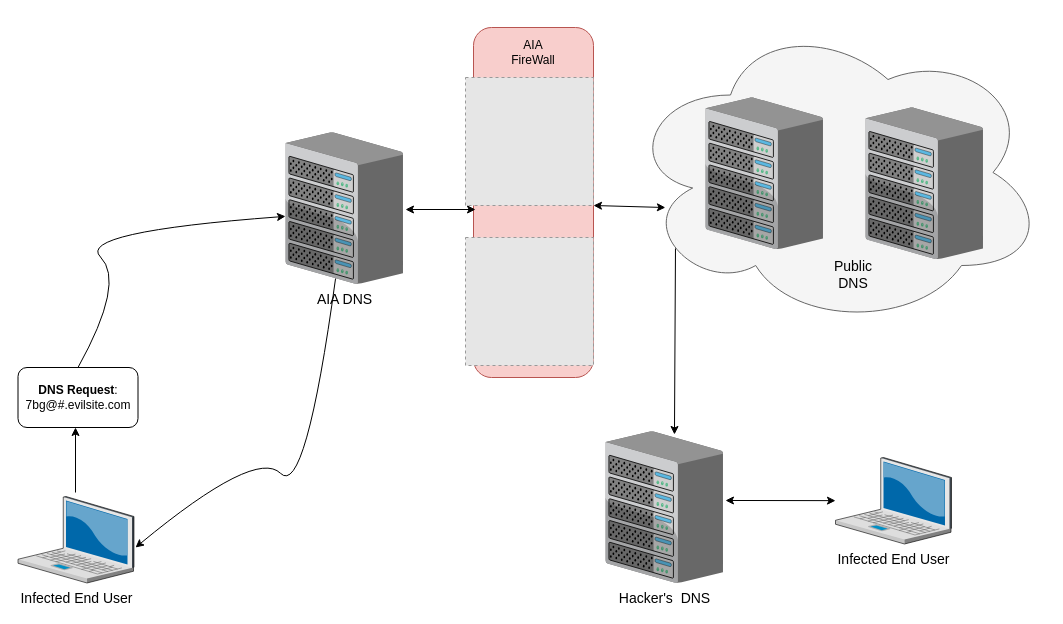
Above: Untitled Diagram.drawio in haziqfaiz-mmu/aia-assignment (draw.io), before the change. Source tidied: cells renumbered, new cells numbered last; positions are measured from the earlier drawing's top-left corner, leaving out a move shared by most shapes. Both pictures are drawn from the tidied source at 100%, with x=0, y=0 at pixel (17, 17). Pictures stored in the file or linked from it are replaced by grey dashed boxes.
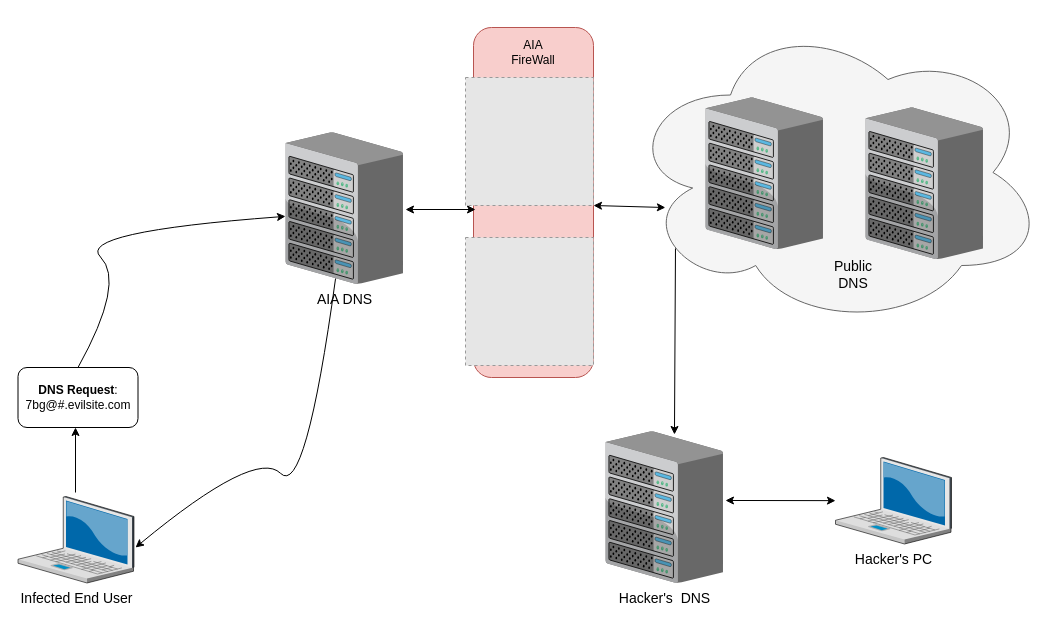
The same diagram, later.

What changed in the source:
```diff
@@
-    <mxCell id="21" value="Infected End User" style="verticalLabelPosition=bottom;html=1;verticalAlign=top;strokeColor=none;shape=mxgraph.citrix.laptop_2;fillColor=#66B2FF;gradientColor=#0066CC;fontSize=14;" parent="1" vertex="1">
+    <mxCell id="21" value="Hacker's PC" style="verticalLabelPosition=bottom;html=1;verticalAlign=top;strokeColor=none;shape=mxgraph.citrix.laptop_2;fillColor=#66B2FF;gradientColor=#0066CC;fontSize=14;" parent="1" vertex="1">
       <mxGeometry x="818" y="440" width="116" height="86.5" as="geometry" />
     </mxCell>
```
